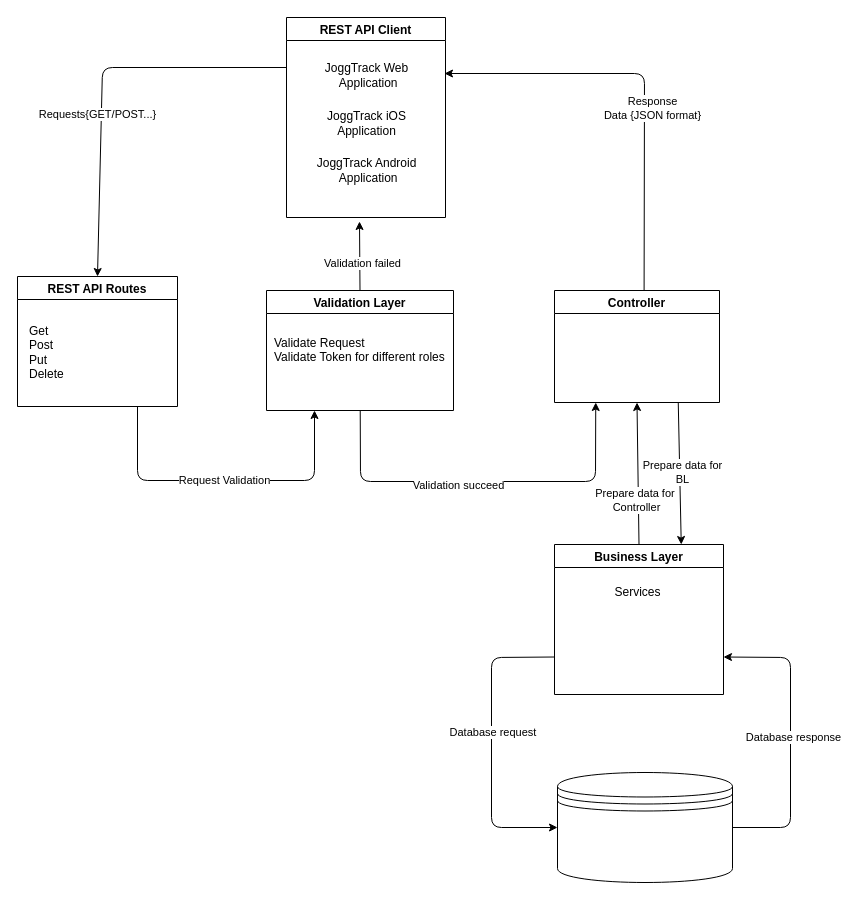
cosminmemetea/joggtrack keeps this draw.io diagram as joggtrackRESTapi.drawio. Above is the earlier version. Source tidied: cells renumbered, new cells numbered last; positions are measured from the earlier drawing's top-left corner, leaving out a move shared by most shapes. Both pictures are drawn from the tidied source at 100%, with x=0, y=0 at pixel (17, 17).
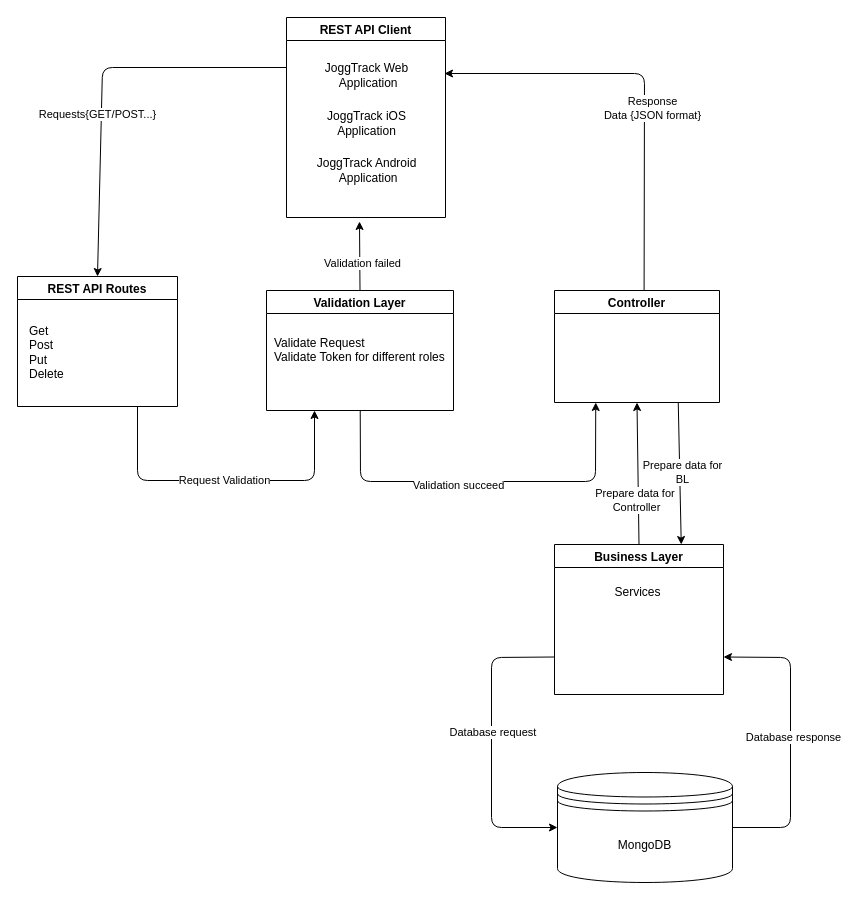
The same page after the edit.

Diff of the diagram source:
```diff
@@
-    <mxCell id="29" style="shape=datastore;whiteSpace=wrap;html=1;" parent="1" vertex="1">
+    <mxCell id="29" value="MongoDB" style="shape=datastore;whiteSpace=wrap;html=1;" parent="1" vertex="1">
       <mxGeometry x="540" y="755" width="175" height="110" as="geometry" />
     </mxCell>
```
